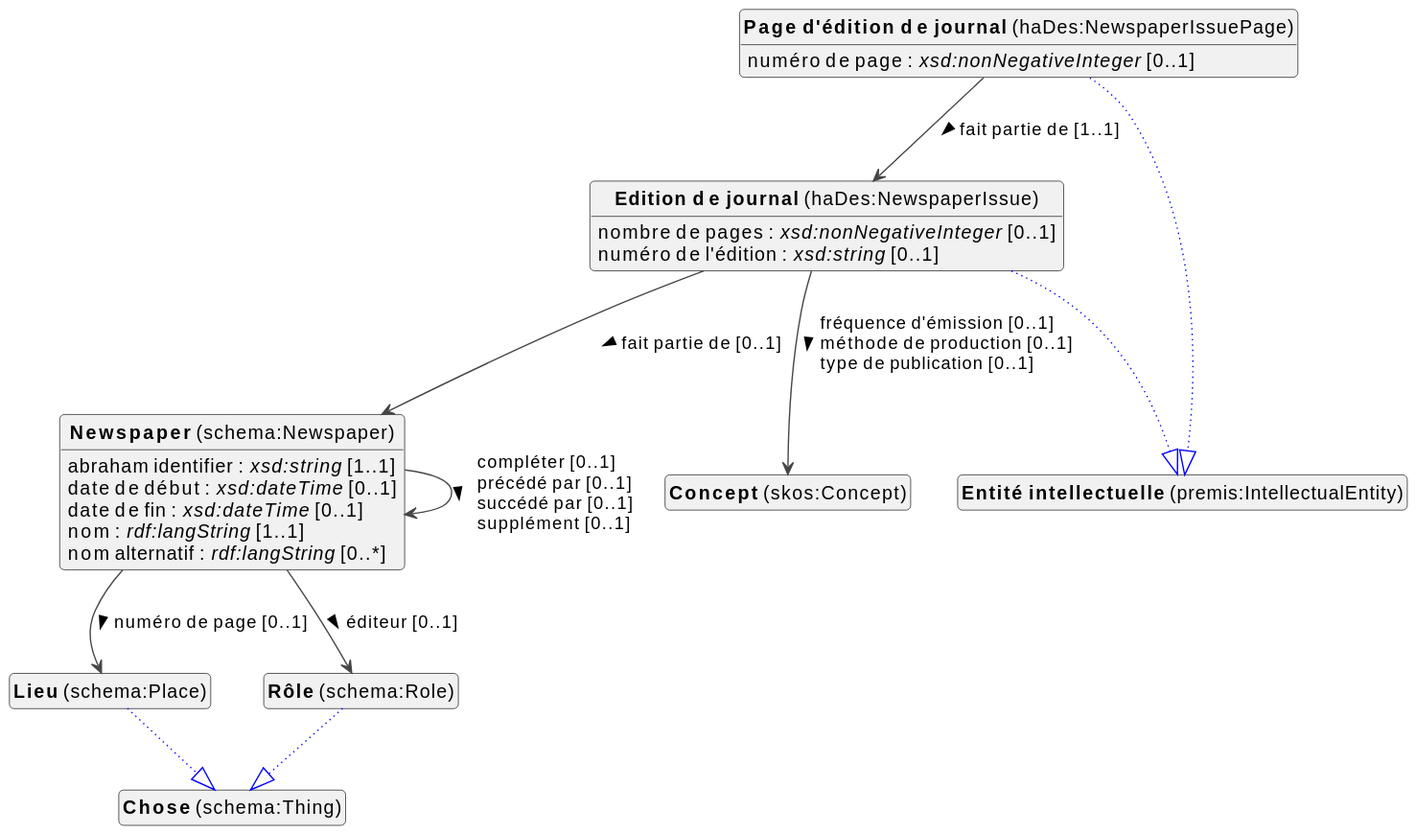
Before: docs/metadata/knowledge-graph/1.0.0/bibliographic/fr/bibliographic-diagram.svg, a diagram exported from PlantUML (viaacode/documentation). Source of this version:
```plantuml
@startuml
!theme vibrant
skinparam classFontSize 14
!define LIGHTORANGE
skinparam componentStyle uml2
skinparam wrapMessageWidth 1000
skinparam wrapWidth 1000
skinparam shadowing false
skinparam ArrowMessageAlignment left
top to bottom direction


class "<b>Newspaper</b> (schema:Newspaper)" as schema_Newspaper [[#schema%3ANewspaper]]
class "<b>Concept</b> (skos:Concept)" as skos_Concept [[../../terms/fr#skos%3AConcept]]
class "<b>Edition de journal</b> (haDes:NewspaperIssue)" as haDes_NewspaperIssue [[#haDes%3ANewspaperIssue]]
class "<b>Entité intellectuelle</b> (premis:IntellectualEntity)" as premis_IntellectualEntity [[#premis%3AIntellectualEntity]]
class "<b>Lieu</b> (schema:Place)" as schema_Place [[../../description/fr#schema%3APlace]]
class "<b>Chose</b> (schema:Thing)" as schema_Thing [[#schema%3AThing]]
class "<b>Page d'édition de journal</b> (haDes:NewspaperIssuePage)" as haDes_NewspaperIssuePage [[#haDes%3ANewspaperIssuePage]]
class "<b>Entité intellectuelle</b> (premis:IntellectualEntity)" as premis_IntellectualEntity [[#premis%3AIntellectualEntity]]
class "<b>Rôle</b> (schema:Role)" as schema_Role [[../../description/fr#schema%3ARole]]
class "<b>Chose</b> (schema:Thing)" as schema_Thing [[#schema%3AThing]]


schema_Newspaper : abraham identifier : <i>xsd:string</i> [1..1]
schema_Newspaper : date de début : <i>xsd:dateTime</i> [0..1]
schema_Newspaper : date de fin : <i>xsd:dateTime</i> [0..1]
schema_Newspaper : nom : <i>rdf:langString</i> [1..1]
schema_Newspaper : nom alternatif : <i>rdf:langString</i> [0..*]

schema_Newspaper --> schema_Newspaper :compléter [0..1]  \lprécédé par [0..1]  \lsuccédé par [0..1]  \lsupplément [0..1]  >
schema_Newspaper --> schema_Place :numéro de page [0..1]  >
schema_Newspaper --> schema_Role :éditeur [0..1]  >





haDes_NewspaperIssue --|> premis_IntellectualEntity #blue;line.dotted;text:blue

haDes_NewspaperIssue : nombre de pages : <i>xsd:nonNegativeInteger</i> [0..1]
haDes_NewspaperIssue : numéro de l'édition : <i>xsd:string</i> [0..1]
haDes_NewspaperIssue --> schema_Newspaper :fait partie de [0..1]  >
haDes_NewspaperIssue --> skos_Concept :fréquence d'émission [0..1]  \lméthode de production [0..1]  \ltype de publication [0..1]  >



schema_Place --|> schema_Thing #blue;line.dotted;text:blue


haDes_NewspaperIssuePage --|> premis_IntellectualEntity #blue;line.dotted;text:blue

haDes_NewspaperIssuePage : numéro de page : <i>xsd:nonNegativeInteger</i> [0..1]
haDes_NewspaperIssuePage --> haDes_NewspaperIssue :fait partie de [1..1]  >


schema_Role --|> schema_Thing #blue;line.dotted;text:blue



hide circle
hide methods
hide empty members
@enduml
```
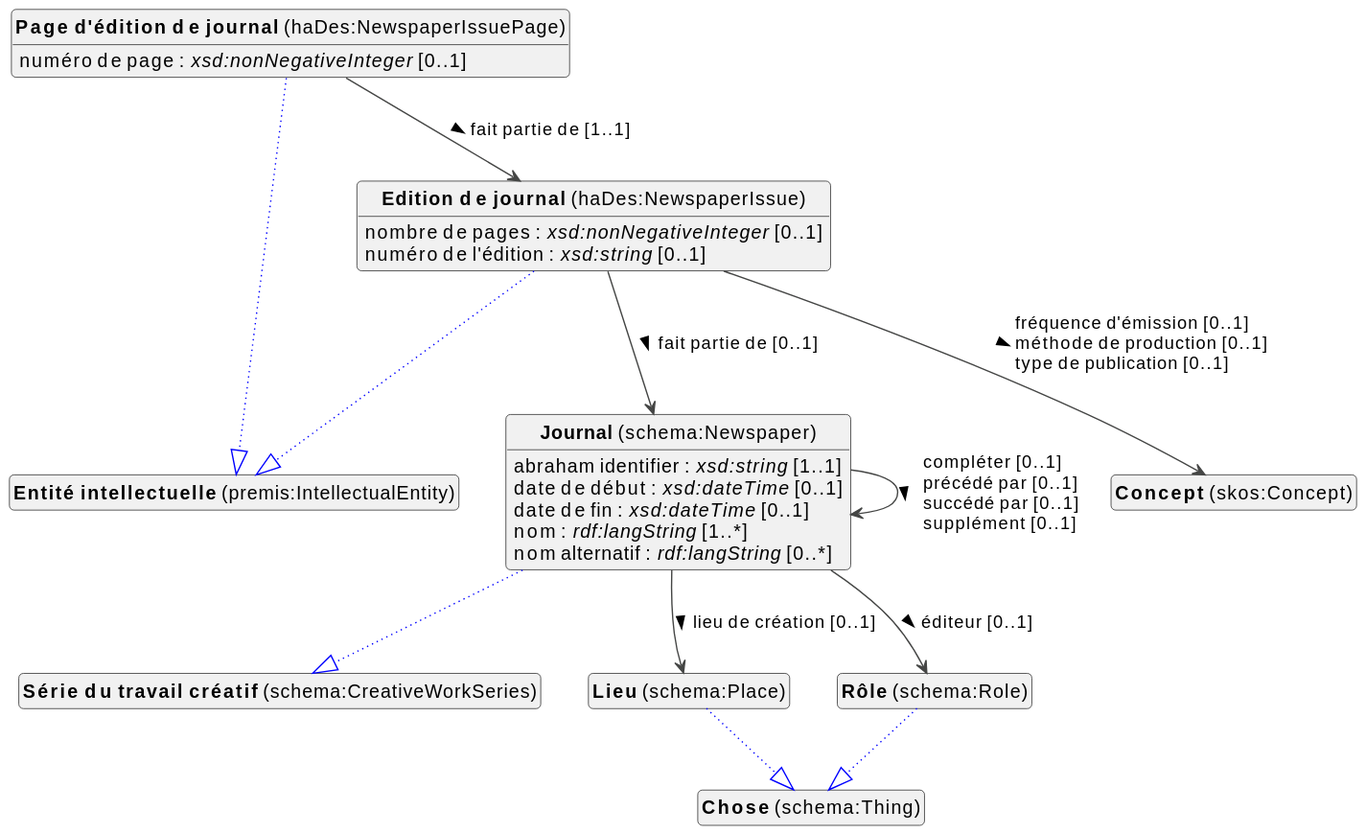
The same file after the commit.

Change to the diagram source:
```diff
@@ -10,29 +10,17 @@
 top to bottom direction
 
 
-class "<b>Newspaper</b> (schema:Newspaper)" as schema_Newspaper [[#schema%3ANewspaper]]
 class "<b>Concept</b> (skos:Concept)" as skos_Concept [[../../terms/fr#skos%3AConcept]]
 class "<b>Edition de journal</b> (haDes:NewspaperIssue)" as haDes_NewspaperIssue [[#haDes%3ANewspaperIssue]]
 class "<b>Entité intellectuelle</b> (premis:IntellectualEntity)" as premis_IntellectualEntity [[#premis%3AIntellectualEntity]]
+class "<b>Journal</b> (schema:Newspaper)" as schema_Newspaper [[#schema%3ANewspaper]]
+class "<b>Série du travail créatif</b> (schema:CreativeWorkSeries)" as schema_CreativeWorkSeries [[#schema%3ACreativeWorkSeries]]
 class "<b>Lieu</b> (schema:Place)" as schema_Place [[../../description/fr#schema%3APlace]]
 class "<b>Chose</b> (schema:Thing)" as schema_Thing [[#schema%3AThing]]
 class "<b>Page d'édition de journal</b> (haDes:NewspaperIssuePage)" as haDes_NewspaperIssuePage [[#haDes%3ANewspaperIssuePage]]
 class "<b>Entité intellectuelle</b> (premis:IntellectualEntity)" as premis_IntellectualEntity [[#premis%3AIntellectualEntity]]
 class "<b>Rôle</b> (schema:Role)" as schema_Role [[../../description/fr#schema%3ARole]]
 class "<b>Chose</b> (schema:Thing)" as schema_Thing [[#schema%3AThing]]
-
-
-schema_Newspaper : abraham identifier : <i>xsd:string</i> [1..1]
-schema_Newspaper : date de début : <i>xsd:dateTime</i> [0..1]
-schema_Newspaper : date de fin : <i>xsd:dateTime</i> [0..1]
-schema_Newspaper : nom : <i>rdf:langString</i> [1..1]
-schema_Newspaper : nom alternatif : <i>rdf:langString</i> [0..*]
-
-schema_Newspaper --> schema_Newspaper :compléter [0..1]  \lprécédé par [0..1]  \lsuccédé par [0..1]  \lsupplément [0..1]  >
-schema_Newspaper --> schema_Place :numéro de page [0..1]  >
-schema_Newspaper --> schema_Role :éditeur [0..1]  >
-
-
 
 
 
@@ -42,6 +30,20 @@
 haDes_NewspaperIssue : numéro de l'édition : <i>xsd:string</i> [0..1]
 haDes_NewspaperIssue --> schema_Newspaper :fait partie de [0..1]  >
 haDes_NewspaperIssue --> skos_Concept :fréquence d'émission [0..1]  \lméthode de production [0..1]  \ltype de publication [0..1]  >
+
+
+
+schema_Newspaper --|> schema_CreativeWorkSeries #blue;line.dotted;text:blue
+
+schema_Newspaper : abraham identifier : <i>xsd:string</i> [1..1]
+schema_Newspaper : date de début : <i>xsd:dateTime</i> [0..1]
+schema_Newspaper : date de fin : <i>xsd:dateTime</i> [0..1]
+schema_Newspaper : nom : <i>rdf:langString</i> [1..*]
+schema_Newspaper : nom alternatif : <i>rdf:langString</i> [0..*]
+
+schema_Newspaper --> schema_Newspaper :compléter [0..1]  \lprécédé par [0..1]  \lsuccédé par [0..1]  \lsupplément [0..1]  >
+schema_Newspaper --> schema_Place :lieu de création [0..1]  >
+schema_Newspaper --> schema_Role :éditeur [0..1]  >
 
 
 
```
